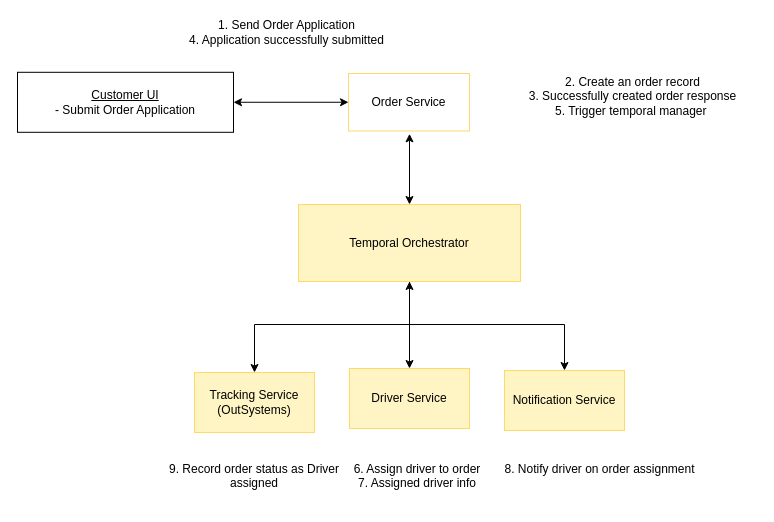
Above: diagrams/CustomerSubmitOrderRequest.drawio in darkliyznyanlin910/esd-2425T2 (draw.io), before the change. Source tidied: cells renumbered, new cells numbered last; positions are measured from the earlier drawing's top-left corner, leaving out a move shared by most shapes. Both pictures are drawn from the tidied source at 100%, with x=0, y=0 at pixel (17, 17).
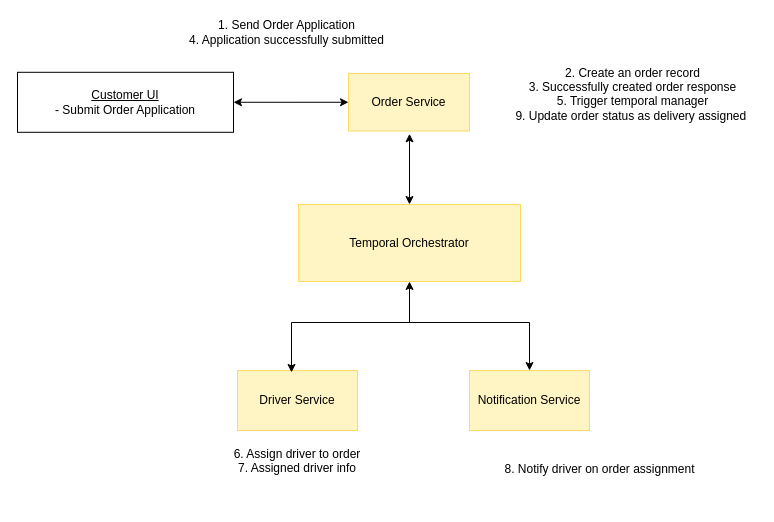
The same diagram, later.

Commit message:
Updated CustomerSubmitOrderRequest Digram

Unchanged cells that the change refers to:
```xml
<mxCell id="4" value="Temporal Orchestrator" style="rounded=0;whiteSpace=wrap;html=1;fillColor=light-dark(#FFF4C3,var(--ge-dark-color, #121212));strokeColor=light-dark(#FFD966,#FFFFFF);" parent="1" vertex="1">
  <mxGeometry x="281" y="187" width="222" height="77" as="geometry" />
</mxCell>
```

The edit, as a diff of the source:
```diff
@@
-    <mxCell id="3" style="edgeStyle=orthogonalEdgeStyle;rounded=0;jettySize=auto;html=1;" parent="1" edge="1" source="4" target="7">
-      <mxGeometry relative="1" as="geometry" />
-    </mxCell>
@@
-    <mxCell id="5" value="Order Service" style="rounded=0;whiteSpace=wrap;html=1;fillColor=none;strokeColor=light-dark(#FFD966,#FFFFFF);" parent="1" vertex="1">
+    <mxCell id="5" value="Order Service" style="rounded=0;whiteSpace=wrap;html=1;fillColor=light-dark(#FFF4C3,#FFFFFF);strokeColor=light-dark(#FFD966,#FFFFFF);" parent="1" vertex="1">
       <mxGeometry x="331" y="56" width="121" height="57.5" as="geometry" />
     </mxCell>
-    <mxCell id="6" value="Tracking Service&lt;div&gt;(OutSystems)&lt;/div&gt;" style="rounded=0;whiteSpace=wrap;html=1;fillColor=light-dark(#FFF4C3,var(--ge-dark-color, #121212));strokeColor=light-dark(#FFD966,#FFFFFF);" parent="1" vertex="1">
-      <mxGeometry x="177" y="355" width="120" height="60" as="geometry" />
-    </mxCell>
     <mxCell id="7" value="Driver Service" style="rounded=0;whiteSpace=wrap;html=1;fillColor=light-dark(#FFF4C3,var(--ge-dark-color, #121212));strokeColor=light-dark(#FFD966,#FFFFFF);" parent="1" vertex="1">
-      <mxGeometry x="332" y="351" width="120" height="60" as="geometry" />
+      <mxGeometry x="220" y="353" width="120" height="60" as="geometry" />
     </mxCell>
     <mxCell id="8" value="Notification Service" style="rounded=0;whiteSpace=wrap;html=1;strokeColor=light-dark(#FFD966,#FFFFFF);fillColor=light-dark(#FFF4C3,var(--ge-dark-color, #121212));" parent="1" vertex="1">
-      <mxGeometry x="487" y="353" width="120" height="60" as="geometry" />
+      <mxGeometry x="452" y="353" width="120" height="60" as="geometry" />
     </mxCell>
@@
-    <mxCell id="10" style="endArrow=classic;startArrow=classic;html=1;rounded=0;entryX=0.5;entryY=0;entryDx=0;entryDy=0;exitX=0.5;exitY=0;exitDx=0;exitDy=0;" parent="1" edge="1" source="6" target="8">
-      <mxGeometry relative="1" as="geometry">
-        <Array as="points">
-          <mxPoint x="237" y="307" />
-          <mxPoint x="547" y="307" />
-        </Array>
-      </mxGeometry>
-    </mxCell>
-    <mxCell id="11" value="2. Create an order record&lt;div&gt;3. Successfully created order response&lt;/div&gt;&lt;div&gt;5. Trigger temporal manager&amp;nbsp;&lt;/div&gt;&lt;div&gt;&lt;br&gt;&lt;/div&gt;" style="text;html=1;align=center;verticalAlign=middle;whiteSpace=wrap;rounded=0;" parent="1" vertex="1">
-      <mxGeometry x="492" y="56.8" width="247" height="58" as="geometry" />
+    <mxCell id="11" value="2. Create an order record&lt;div&gt;3. Successfully created order response&lt;/div&gt;&lt;div&gt;5. Trigger temporal manager&lt;/div&gt;&lt;div&gt;9. Update order status as delivery assigned&amp;nbsp;&lt;/div&gt;&lt;div&gt;&lt;br&gt;&lt;/div&gt;" style="text;html=1;align=center;verticalAlign=middle;whiteSpace=wrap;rounded=0;" parent="1" vertex="1">
+      <mxGeometry x="492" y="54.8" width="247" height="58" as="geometry" />
     </mxCell>
     <mxCell id="12" value="6. Assign driver to order&lt;div&gt;7. Assigned driver info&lt;br&gt;&lt;div&gt;&lt;br&gt;&lt;/div&gt;&lt;/div&gt;" style="text;html=1;align=center;verticalAlign=middle;whiteSpace=wrap;rounded=0;" parent="1" vertex="1">
-      <mxGeometry x="313" y="451" width="174" height="30" as="geometry" />
+      <mxGeometry x="193" y="436" width="174" height="30" as="geometry" />
     </mxCell>
     <mxCell id="13" style="endArrow=classic;html=1;rounded=0;entryX=0.5;entryY=1;entryDx=0;entryDy=0;" parent="1" edge="1" target="4">
       <mxGeometry relative="1" as="geometry">
-        <mxPoint x="392" y="308" as="sourcePoint" />
+        <mxPoint x="392" y="305" as="sourcePoint" />
       </mxGeometry>
     </mxCell>
@@
-    <mxCell id="15" value="9. Record order status as Driver assigned&lt;div&gt;&lt;div&gt;&lt;br&gt;&lt;/div&gt;&lt;/div&gt;" style="text;html=1;align=center;verticalAlign=middle;whiteSpace=wrap;rounded=0;" parent="1" vertex="1">
-      <mxGeometry x="150" y="451" width="174" height="30" as="geometry" />
-    </mxCell>
@@
+    <mxCell id="18" style="endArrow=classic;startArrow=classic;html=1;rounded=0;exitX=0.45;exitY=0.033;exitDx=0;exitDy=0;exitPerimeter=0;entryX=0.5;entryY=0;entryDx=0;entryDy=0;" parent="1" edge="1" source="7" target="8">
+      <mxGeometry relative="1" as="geometry">
+        <Array as="points">
+          <mxPoint x="274" y="305" />
+          <mxPoint x="512" y="305" />
+        </Array>
+      </mxGeometry>
+    </mxCell>
```
